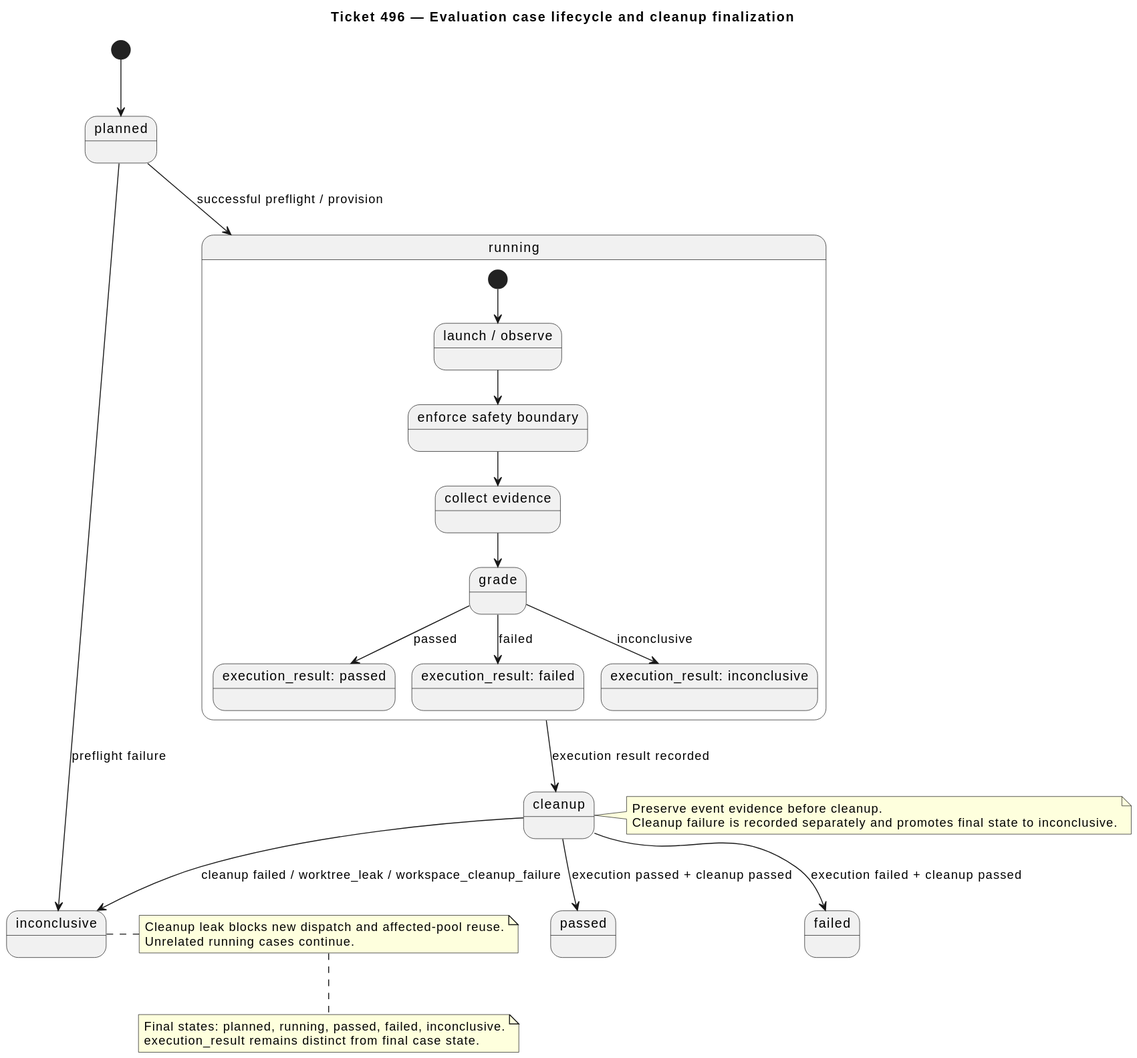
The PlantUML diagram docs/specs/496/diagrams/architecture/eval-case.state.svg in omegafrog/harness-codex, before a commit.
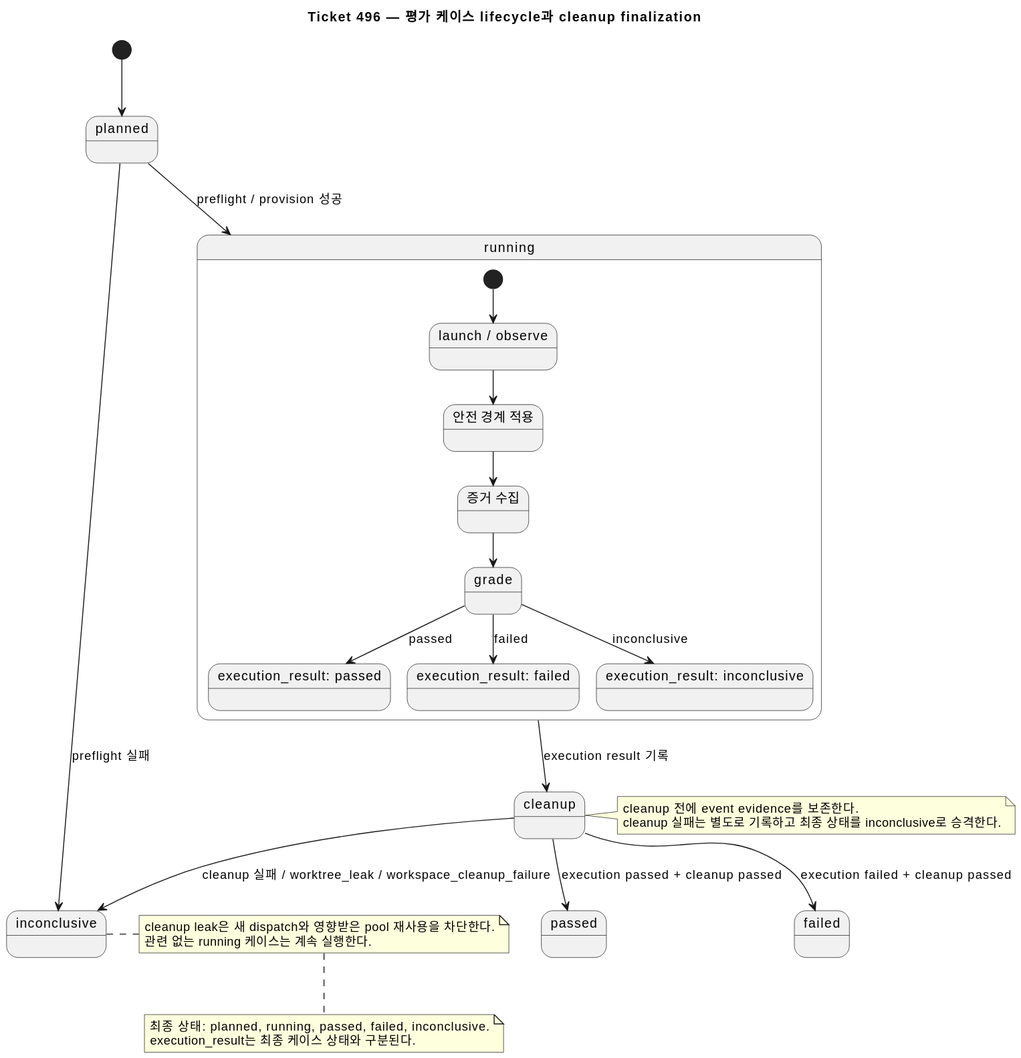
Later version of the same file.

Diff of the diagram source:
```diff
@@ -1,13 +1,13 @@
 @startuml
-title Ticket 496 — Evaluation case lifecycle and cleanup finalization
+title Ticket 496 — 평가 케이스 lifecycle과 cleanup finalization
 [*] --> planned
-planned --> running : successful preflight / provision
-planned --> inconclusive : preflight failure
+planned --> running : preflight / provision 성공
+planned --> inconclusive : preflight 실패
 state running {
   [*] --> launch_observe
   state "launch / observe" as launch_observe
-  state "enforce safety boundary" as safety
-  state "collect evidence" as collect
+  state "안전 경계 적용" as safety
+  state "증거 수집" as collect
   state grade
   state "execution_result: passed" as exec_passed
   state "execution_result: failed" as exec_failed
@@ -19,20 +19,20 @@
   grade --> exec_failed : failed
   grade --> exec_inconclusive : inconclusive
 }
-running --> cleanup : execution result recorded
+running --> cleanup : execution result 기록
 cleanup --> passed : execution passed + cleanup passed
 cleanup --> failed : execution failed + cleanup passed
-cleanup --> inconclusive : cleanup failed / worktree_leak / workspace_cleanup_failure
+cleanup --> inconclusive : cleanup 실패 / worktree_leak / workspace_cleanup_failure
 note right of cleanup
-Preserve event evidence before cleanup.
-Cleanup failure is recorded separately and promotes final state to inconclusive.
+cleanup 전에 event evidence를 보존한다.
+cleanup 실패는 별도로 기록하고 최종 상태를 inconclusive로 승격한다.
 end note
 note right of inconclusive
-Cleanup leak blocks new dispatch and affected-pool reuse.
-Unrelated running cases continue.
+cleanup leak은 새 dispatch와 영향받은 pool 재사용을 차단한다.
+관련 없는 running 케이스는 계속 실행한다.
 end note
 note bottom
-Final states: planned, running, passed, failed, inconclusive.
-execution_result remains distinct from final case state.
+최종 상태: planned, running, passed, failed, inconclusive.
+execution_result는 최종 케이스 상태와 구분된다.
 end note
 @enduml
```
